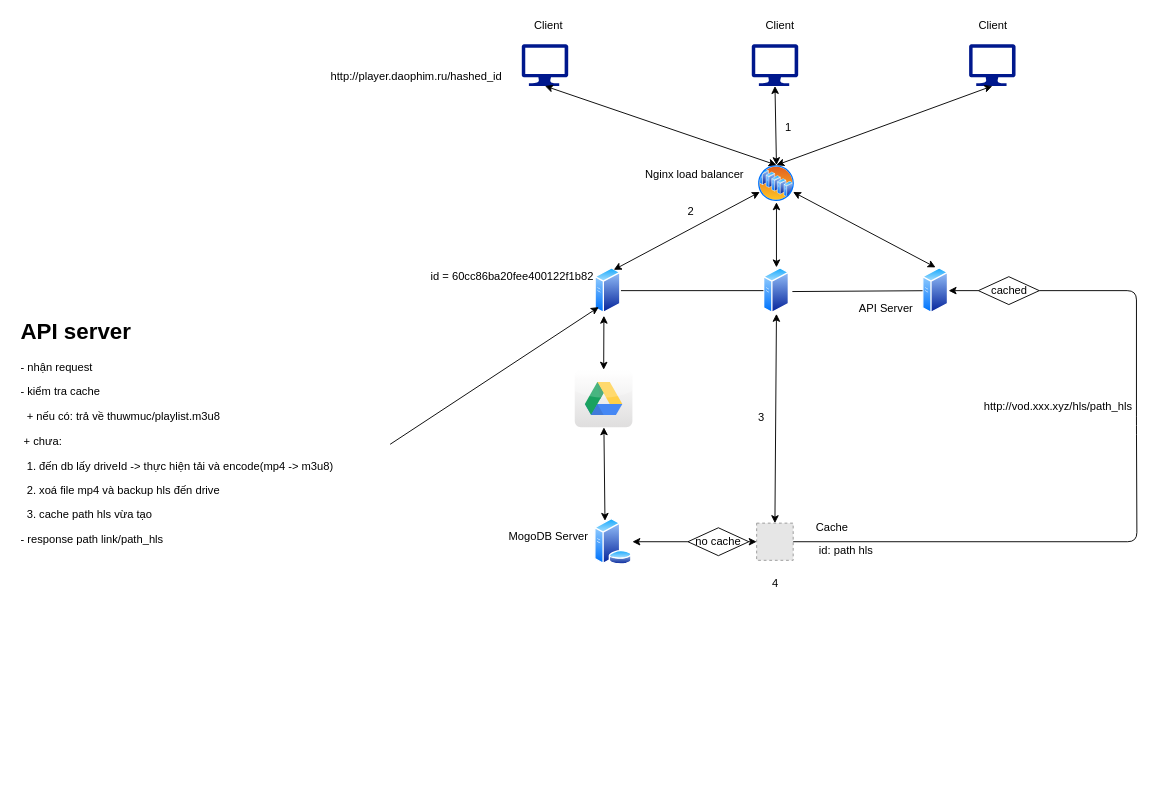
Above: Untitled Diagram.drawio in tptindev/scrape30kmovies (draw.io), before the change. Source tidied: cells renumbered, new cells numbered last; positions are measured from the earlier drawing's top-left corner, leaving out a move shared by most shapes. Both pictures are drawn from the tidied source at 93%, with x=0, y=0 at pixel (16, 16). Pictures stored in the file or linked from it are replaced by grey dashed boxes.
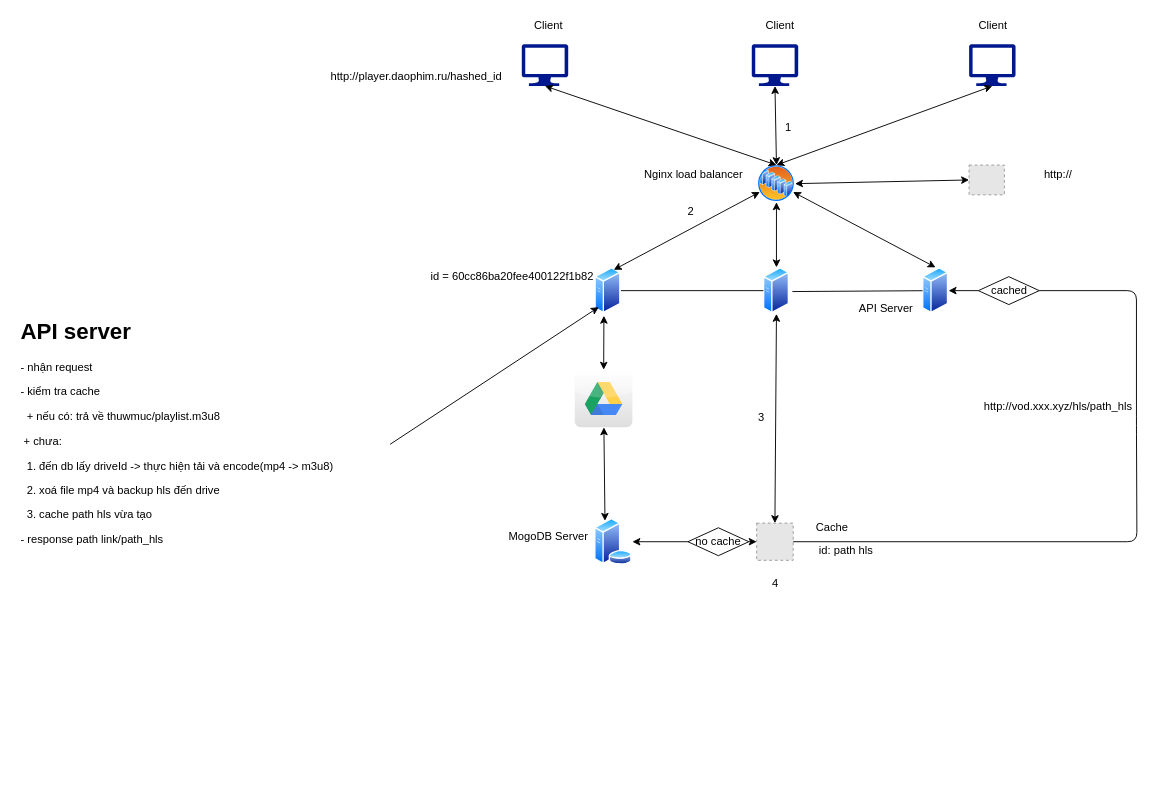
Above is the later version.

The change refers to these unchanged cells:
```xml
<mxCell id="3" style="perimeter=ellipsePerimeter;html=1;align=center;shadow=0;dashed=0;spacingTop=3;image;image=img/lib/active_directory/server_farm.svg;" parent="1" vertex="1">
  <mxGeometry x="797.4" y="160" width="40" height="40" as="geometry" />
</mxCell>
```

The edit, as a diff of the source:
```diff
@@
     <mxCell id="14" value="Nginx load balancer" style="text;html=1;align=center;verticalAlign=middle;strokeColor=none;" parent="1" vertex="1">
-      <mxGeometry x="669" y="160" width="120" height="20" as="geometry" />
+      <mxGeometry x="667.8" y="160" width="120" height="20" as="geometry" />
     </mxCell>
@@
+    <mxCell id="46" style="fillColor=#E6E6E6;strokeColor=#999999;dashed=1;verticalLabelPosition=bottom;labelBackgroundColor=#ffffff;verticalAlign=top;" parent="1" vertex="1">
+      <mxGeometry x="1024.5" y="160" width="38" height="32" as="geometry" />
+    </mxCell>
+    <mxCell id="47" style="endArrow=classic;startArrow=classic;html=1;entryX=0;entryY=0.5;entryDx=0;entryDy=0;exitX=1;exitY=0.5;exitDx=0;exitDy=0;" parent="1" edge="1" source="3" target="46">
+      <mxGeometry relative="1" as="geometry" />
+    </mxCell>
+    <mxCell id="48" value="http://" style="text;html=1;align=center;verticalAlign=middle;strokeColor=none;" parent="1" vertex="1">
+      <mxGeometry x="1095" y="160" width="50" height="20" as="geometry" />
+    </mxCell>
```
